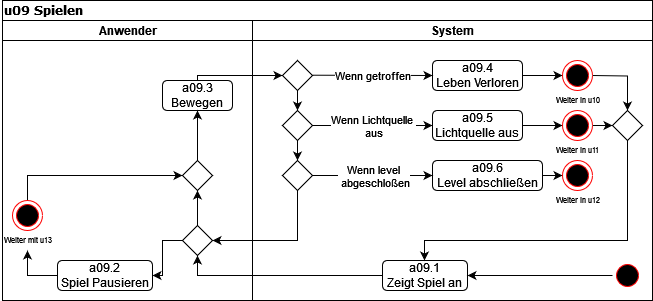
The draw.io diagram u09.drawio.png in Skill3rboy/OOS, before a commit. Source tidied: cells renumbered, new cells last; positions are measured from the earlier drawing's top-left corner, leaving out a move shared by most shapes.
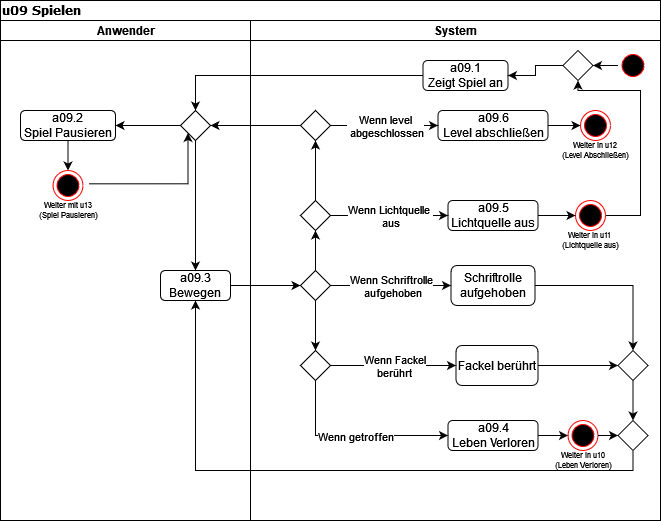
Above is the later version.

Change to the diagram source:
```diff
@@ -3,170 +3,191 @@
     <mxCell id="0" />
     <mxCell id="1" parent="0" />
     <mxCell id="2" value="u09 Spielen" style="swimlane;html=1;startSize=20;rounded=0;shadow=0;comic=0;labelBackgroundColor=none;strokeWidth=1;fontFamily=Verdana;fontSize=12;align=left;" parent="1" vertex="1">
-      <mxGeometry x="2" width="650" height="300" as="geometry" />
+      <mxGeometry x="2" width="660" height="520" as="geometry" />
     </mxCell>
     <mxCell id="3" value="Anwender" style="swimlane;html=1;startSize=20;" parent="2" vertex="1">
-      <mxGeometry y="20" width="250" height="280" as="geometry" />
+      <mxGeometry y="20" width="250" height="500" as="geometry" />
     </mxCell>
     <mxCell id="4" value="a09.3&lt;div&gt;Bewegen&lt;/div&gt;" style="rounded=1;whiteSpace=wrap;html=1;" parent="3" vertex="1">
-      <mxGeometry x="160" y="60" width="70" height="30" as="geometry" />
+      <mxGeometry x="160" y="250" width="70" height="30" as="geometry" />
     </mxCell>
-    <mxCell id="5" style="edgeStyle=orthogonalEdgeStyle;rounded=0;jettySize=auto;html=1;exitX=0.5;exitY=0;exitDx=0;exitDy=0;entryX=0.5;entryY=1;entryDx=0;entryDy=0;" parent="3" edge="1" source="7" target="13">
-      <mxGeometry relative="1" as="geometry" />
-    </mxCell>
-    <mxCell id="6" style="edgeStyle=orthogonalEdgeStyle;rounded=0;jettySize=auto;html=1;exitX=0;exitY=0.5;exitDx=0;exitDy=0;entryX=1;entryY=0.5;entryDx=0;entryDy=0;" parent="3" edge="1" source="7" target="8">
-      <mxGeometry relative="1" as="geometry" />
-    </mxCell>
-    <mxCell id="7" style="rhombus;whiteSpace=wrap;html=1;rotation=0;" parent="3" vertex="1">
-      <mxGeometry x="180" y="205" width="30" height="30" as="geometry" />
-    </mxCell>
+    <mxCell id="49" style="edgeStyle=orthogonalEdgeStyle;rounded=0;jettySize=auto;html=1;exitX=0.5;exitY=1;exitDx=0;exitDy=0;entryX=0.5;entryY=0;entryDx=0;entryDy=0;" parent="3" edge="1" source="8" target="14">
+      <mxGeometry relative="1" as="geometry" />
+    </mxCell>
     <mxCell id="8" value="&lt;div&gt;a09.2&lt;/div&gt;&lt;div&gt;Spiel Pausieren&lt;/div&gt;" style="rounded=1;whiteSpace=wrap;html=1;" parent="3" vertex="1">
-      <mxGeometry x="55" y="240" width="95" height="30" as="geometry" />
+      <mxGeometry x="20" y="90" width="95" height="30" as="geometry" />
     </mxCell>
-    <mxCell id="9" style="edgeStyle=orthogonalEdgeStyle;rounded=0;jettySize=auto;html=1;exitX=0.5;exitY=0;exitDx=0;exitDy=0;entryX=0;entryY=0.5;entryDx=0;entryDy=0;" parent="3" edge="1" source="14" target="13">
-      <mxGeometry relative="1" as="geometry" />
-    </mxCell>
-    <mxCell id="10" style="endArrow=classic;html=1;rounded=0;exitX=0;exitY=0.5;exitDx=0;exitDy=0;" parent="3" edge="1" source="8" target="11">
-      <mxGeometry relative="1" as="geometry">
-        <Array as="points">
-          <mxPoint x="25" y="255" />
-        </Array>
-      </mxGeometry>
-    </mxCell>
-    <mxCell id="11" value="Weiter mit u13" style="text;html=1;strokeColor=none;fillColor=none;align=center;verticalAlign=middle;whiteSpace=wrap;rounded=0;fontSize=8;" parent="3" vertex="1">
-      <mxGeometry x="-2.5" y="210" width="55" height="20" as="geometry" />
+    <mxCell id="11" value="Weiter mit u13&lt;br&gt;(Spiel Pausieren)" style="text;html=1;strokeColor=none;fillColor=none;align=center;verticalAlign=middle;whiteSpace=wrap;rounded=0;fontSize=8;" parent="3" vertex="1">
+      <mxGeometry x="27.5" y="180" width="80" height="20" as="geometry" />
     </mxCell>
-    <mxCell id="12" style="edgeStyle=orthogonalEdgeStyle;rounded=0;jettySize=auto;html=1;exitX=0.5;exitY=0;exitDx=0;exitDy=0;entryX=0.5;entryY=1;entryDx=0;entryDy=0;" parent="3" edge="1" source="13" target="4">
-      <mxGeometry relative="1" as="geometry" />
-    </mxCell>
-    <mxCell id="13" style="rhombus;whiteSpace=wrap;html=1;rotation=0;" parent="3" vertex="1">
-      <mxGeometry x="180" y="140" width="30" height="30" as="geometry" />
-    </mxCell>
     <mxCell id="14" style="ellipse;html=1;shape=endState;fillColor=#000000;strokeColor=#ff0000;" parent="3" vertex="1">
-      <mxGeometry x="10" y="180" width="30" height="30" as="geometry" />
+      <mxGeometry x="52.5" y="150" width="30" height="30" as="geometry" />
     </mxCell>
-    <mxCell id="15" style="endArrow=classic;html=1;rounded=0;exitX=0.5;exitY=0;exitDx=0;exitDy=0;entryX=0;entryY=0.5;entryDx=0;entryDy=0;" parent="2" edge="1" source="4" target="23">
-      <mxGeometry relative="1" as="geometry">
-        <Array as="points">
-          <mxPoint x="195" y="75" />
-        </Array>
-      </mxGeometry>
-    </mxCell>
-    <mxCell id="16" style="edgeStyle=orthogonalEdgeStyle;rounded=0;jettySize=auto;html=1;exitX=0;exitY=0.5;exitDx=0;exitDy=0;entryX=0.5;entryY=1;entryDx=0;entryDy=0;" parent="2" edge="1" source="19" target="7">
-      <mxGeometry relative="1" as="geometry" />
-    </mxCell>
+    <mxCell id="50" style="edgeStyle=orthogonalEdgeStyle;rounded=0;jettySize=auto;html=1;exitX=0;exitY=0.5;exitDx=0;exitDy=0;entryX=1;entryY=0.5;entryDx=0;entryDy=0;" parent="3" edge="1" source="32" target="8">
+      <mxGeometry relative="1" as="geometry" />
+    </mxCell>
+    <mxCell id="51" style="edgeStyle=orthogonalEdgeStyle;rounded=0;jettySize=auto;html=1;exitX=0.5;exitY=1;exitDx=0;exitDy=0;entryX=0.5;entryY=0;entryDx=0;entryDy=0;" parent="3" edge="1" source="32" target="4">
+      <mxGeometry relative="1" as="geometry" />
+    </mxCell>
+    <mxCell id="32" style="rhombus;whiteSpace=wrap;html=1;" parent="3" vertex="1">
+      <mxGeometry x="180" y="90" width="30" height="30" as="geometry" />
+    </mxCell>
+    <mxCell id="52" style="edgeStyle=orthogonalEdgeStyle;rounded=0;jettySize=auto;html=1;exitX=1.194;exitY=0.444;exitDx=0;exitDy=0;entryX=0;entryY=1;entryDx=0;entryDy=0;exitPerimeter=0;" parent="3" edge="1" source="14" target="32">
+      <mxGeometry relative="1" as="geometry" />
+    </mxCell>
     <mxCell id="17" value="System" style="swimlane;html=1;startSize=20;" parent="2" vertex="1">
-      <mxGeometry x="250" y="20" width="400" height="280" as="geometry" />
+      <mxGeometry x="250" y="20" width="410" height="500" as="geometry" />
     </mxCell>
+    <mxCell id="53" style="edgeStyle=orthogonalEdgeStyle;rounded=0;jettySize=auto;html=1;exitX=0;exitY=0.5;exitDx=0;exitDy=0;entryX=1;entryY=0.5;entryDx=0;entryDy=0;" parent="17" edge="1" source="18" target="44">
+      <mxGeometry relative="1" as="geometry" />
+    </mxCell>
     <mxCell id="18" style="ellipse;html=1;shape=startState;fillColor=#000000;strokeColor=#ff0000;" parent="17" vertex="1">
-      <mxGeometry x="360" y="240" width="30" height="30" as="geometry" />
+      <mxGeometry x="367.5" y="30" width="30" height="30" as="geometry" />
     </mxCell>
     <mxCell id="19" value="&lt;div&gt;a09.1&lt;/div&gt;&lt;div&gt;Zeigt Spiel an&lt;/div&gt;" style="rounded=1;whiteSpace=wrap;html=1;" parent="17" vertex="1">
-      <mxGeometry x="130" y="240" width="85" height="30" as="geometry" />
+      <mxGeometry x="172.5" y="40" width="85" height="30" as="geometry" />
     </mxCell>
-    <mxCell id="20" style="endArrow=classic;html=1;rounded=0;entryX=1;entryY=0.5;entryDx=0;entryDy=0;" parent="17" edge="1" source="18" target="19">
-      <mxGeometry relative="1" as="geometry" />
-    </mxCell>
-    <mxCell id="21" style="edgeStyle=orthogonalEdgeStyle;rounded=0;jettySize=auto;html=1;exitX=1;exitY=0.5;exitDx=0;exitDy=0;entryX=0;entryY=0.5;entryDx=0;entryDy=0;" parent="17" edge="1" source="22">
-      <mxGeometry relative="1" as="geometry">
-        <mxPoint x="310" y="55" as="targetPoint" />
-      </mxGeometry>
-    </mxCell>
+    <mxCell id="54" style="edgeStyle=orthogonalEdgeStyle;rounded=0;jettySize=auto;html=1;exitX=1;exitY=0.5;exitDx=0;exitDy=0;entryX=0;entryY=0.5;entryDx=0;entryDy=0;" parent="17" edge="1" source="22" target="45">
+      <mxGeometry relative="1" as="geometry" />
+    </mxCell>
     <mxCell id="22" value="&lt;div&gt;a09.4&lt;/div&gt;&lt;div&gt;Leben Verloren&lt;/div&gt;" style="rounded=1;whiteSpace=wrap;html=1;" parent="17" vertex="1">
-      <mxGeometry x="180" y="40" width="90" height="30" as="geometry" />
+      <mxGeometry x="197.5" y="400" width="90" height="30" as="geometry" />
     </mxCell>
-    <mxCell id="23" style="rhombus;whiteSpace=wrap;html=1;" parent="17" vertex="1">
-      <mxGeometry x="30" y="40" width="30" height="30" as="geometry" />
-    </mxCell>
-    <mxCell id="24" style="endArrow=classic;html=1;rounded=0;entryX=0;entryY=0.5;entryDx=0;entryDy=0;" parent="17" edge="1" target="22">
-      <mxGeometry relative="1" as="geometry">
-        <mxPoint x="60" y="54.7" as="sourcePoint" />
-      </mxGeometry>
-    </mxCell>
-    <mxCell id="25" value="Wenn getroffen" style="edgeLabel;html=1;align=center;verticalAlign=middle;" parent="24" vertex="1">
-      <mxGeometry relative="1" as="geometry" />
-    </mxCell>
-    <mxCell id="26" style="edgeStyle=orthogonalEdgeStyle;rounded=0;jettySize=auto;html=1;exitX=0.5;exitY=1;exitDx=0;exitDy=0;entryX=0.5;entryY=0;entryDx=0;entryDy=0;" parent="17" edge="1" source="27" target="32">
-      <mxGeometry relative="1" as="geometry" />
-    </mxCell>
+    <mxCell id="55" style="edgeStyle=orthogonalEdgeStyle;rounded=0;jettySize=auto;html=1;exitX=0.5;exitY=0;exitDx=0;exitDy=0;entryX=0.5;entryY=1;entryDx=0;entryDy=0;" parent="17" edge="1" source="27" target="13">
+      <mxGeometry relative="1" as="geometry" />
+    </mxCell>
+    <mxCell id="56" style="edgeStyle=orthogonalEdgeStyle;rounded=0;jettySize=auto;html=1;exitX=0.5;exitY=1;exitDx=0;exitDy=0;entryX=0.5;entryY=0;entryDx=0;entryDy=0;" parent="17" edge="1" source="27" target="62">
+      <mxGeometry relative="1" as="geometry" />
+    </mxCell>
     <mxCell id="27" style="rhombus;whiteSpace=wrap;html=1;" parent="17" vertex="1">
-      <mxGeometry x="30" y="90" width="30" height="30" as="geometry" />
+      <mxGeometry x="50" y="250" width="30" height="30" as="geometry" />
     </mxCell>
-    <mxCell id="28" style="endArrow=classic;html=1;rounded=0;exitX=1;exitY=0.5;exitDx=0;exitDy=0;entryX=0;entryY=0.5;entryDx=0;entryDy=0;" parent="17" edge="1" source="27" target="31">
-      <mxGeometry relative="1" as="geometry" />
-    </mxCell>
-    <mxCell id="29" value="&lt;div&gt;Wenn Lichtquelle&amp;nbsp;&lt;/div&gt;&lt;div&gt;aus &lt;/div&gt;" style="edgeLabel;html=1;align=center;verticalAlign=middle;" parent="28" vertex="1">
-      <mxGeometry relative="1" as="geometry" />
-    </mxCell>
-    <mxCell id="30" style="edgeStyle=orthogonalEdgeStyle;rounded=0;jettySize=auto;html=1;exitX=1;exitY=0.5;exitDx=0;exitDy=0;entryX=0;entryY=0.5;entryDx=0;entryDy=0;" parent="17" edge="1" source="31">
-      <mxGeometry relative="1" as="geometry">
-        <mxPoint x="310" y="105" as="targetPoint" />
-      </mxGeometry>
-    </mxCell>
-    <mxCell id="31" value="&lt;div&gt;a09.5&lt;/div&gt;&lt;div&gt;Lichtquelle aus&lt;/div&gt;" style="rounded=1;whiteSpace=wrap;html=1;" parent="17" vertex="1">
-      <mxGeometry x="180" y="90" width="90" height="30" as="geometry" />
-    </mxCell>
-    <mxCell id="32" style="rhombus;whiteSpace=wrap;html=1;" parent="17" vertex="1">
-      <mxGeometry x="30" y="140" width="30" height="30" as="geometry" />
-    </mxCell>
-    <mxCell id="33" style="edgeStyle=orthogonalEdgeStyle;rounded=0;jettySize=auto;html=1;exitX=1;exitY=0.5;exitDx=0;exitDy=0;entryX=0;entryY=0.5;entryDx=0;entryDy=0;" parent="17" edge="1" source="34">
-      <mxGeometry relative="1" as="geometry">
-        <mxPoint x="310" y="155" as="targetPoint" />
-      </mxGeometry>
-    </mxCell>
+    <mxCell id="57" style="edgeStyle=orthogonalEdgeStyle;rounded=0;jettySize=auto;html=1;exitX=1;exitY=0.5;exitDx=0;exitDy=0;entryX=0;entryY=0.5;entryDx=0;entryDy=0;" parent="17" edge="1" source="34" target="46">
+      <mxGeometry relative="1" as="geometry" />
+    </mxCell>
     <mxCell id="34" value="&lt;div&gt;a09.6&lt;/div&gt;&lt;div&gt;Level abschließen&lt;/div&gt;" style="rounded=1;whiteSpace=wrap;html=1;" parent="17" vertex="1">
-      <mxGeometry x="180" y="140" width="110" height="30" as="geometry" />
+      <mxGeometry x="187.5" y="90" width="110" height="30" as="geometry" />
     </mxCell>
-    <mxCell id="35" style="endArrow=classic;html=1;rounded=0;exitX=1;exitY=0.5;exitDx=0;exitDy=0;entryX=0;entryY=0.5;entryDx=0;entryDy=0;" parent="17" edge="1" source="32" target="34">
-      <mxGeometry relative="1" as="geometry" />
-    </mxCell>
-    <mxCell id="36" value="&lt;div&gt;Wenn level&lt;/div&gt;&lt;div&gt;&amp;nbsp;abgeschloßen&lt;/div&gt;" style="edgeLabel;html=1;align=center;verticalAlign=middle;" parent="35" vertex="1">
-      <mxGeometry relative="1" as="geometry" />
-    </mxCell>
-    <mxCell id="37" style="endArrow=classic;html=1;rounded=0;exitX=0.5;exitY=1;exitDx=0;exitDy=0;entryX=0.5;entryY=0;entryDx=0;entryDy=0;" parent="17" edge="1" source="23" target="27">
-      <mxGeometry relative="1" as="geometry" />
-    </mxCell>
-    <mxCell id="38" style="edgeStyle=orthogonalEdgeStyle;rounded=0;jettySize=auto;html=1;exitX=1;exitY=0.5;exitDx=0;exitDy=0;entryX=0.5;entryY=0;entryDx=0;entryDy=0;" parent="17" edge="1" target="44">
-      <mxGeometry relative="1" as="geometry">
-        <mxPoint x="340" y="55" as="sourcePoint" />
-      </mxGeometry>
-    </mxCell>
-    <mxCell id="39" style="edgeStyle=orthogonalEdgeStyle;rounded=0;jettySize=auto;html=1;exitX=1;exitY=0.5;exitDx=0;exitDy=0;entryX=0;entryY=0.5;entryDx=0;entryDy=0;" parent="17" edge="1" target="44">
-      <mxGeometry relative="1" as="geometry">
-        <mxPoint x="340" y="105" as="sourcePoint" />
-      </mxGeometry>
-    </mxCell>
-    <mxCell id="40" value="Weiter in u10" style="text;html=1;strokeColor=none;fillColor=none;align=center;verticalAlign=middle;whiteSpace=wrap;rounded=0;fontSize=8;" parent="17" vertex="1">
-      <mxGeometry x="297.5" y="70" width="55" height="20" as="geometry" />
+    <mxCell id="40" value="Weiter in u10&lt;br&gt;(Leben Verloren)" style="text;html=1;strokeColor=none;fillColor=none;align=center;verticalAlign=middle;whiteSpace=wrap;rounded=0;fontSize=8;" parent="17" vertex="1">
+      <mxGeometry x="302.5" y="430" width="60" height="20" as="geometry" />
     </mxCell>
-    <mxCell id="41" value="Weiter in u11" style="text;html=1;strokeColor=none;fillColor=none;align=center;verticalAlign=middle;whiteSpace=wrap;rounded=0;fontSize=8;" parent="17" vertex="1">
-      <mxGeometry x="297.5" y="120" width="55" height="20" as="geometry" />
+    <mxCell id="41" value="Weiter in u11&lt;br&gt;(Lichtquelle aus)" style="text;html=1;strokeColor=none;fillColor=none;align=center;verticalAlign=middle;whiteSpace=wrap;rounded=0;fontSize=8;" parent="17" vertex="1">
+      <mxGeometry x="306.2" y="210" width="67.5" height="20" as="geometry" />
     </mxCell>
-    <mxCell id="42" value="Weiter in u12" style="text;html=1;strokeColor=none;fillColor=none;align=center;verticalAlign=middle;whiteSpace=wrap;rounded=0;fontSize=8;" parent="17" vertex="1">
-      <mxGeometry x="297.5" y="170" width="55" height="20" as="geometry" />
+    <mxCell id="42" value="Weiter in u12&lt;br&gt;(Level Abschließen)" style="text;html=1;strokeColor=none;fillColor=none;align=center;verticalAlign=middle;whiteSpace=wrap;rounded=0;fontSize=8;" parent="17" vertex="1">
+      <mxGeometry x="308.8" y="120" width="72.5" height="20" as="geometry" />
     </mxCell>
-    <mxCell id="43" style="edgeStyle=orthogonalEdgeStyle;rounded=0;jettySize=auto;html=1;exitX=0.5;exitY=1;exitDx=0;exitDy=0;" parent="17" edge="1" source="44" target="19">
-      <mxGeometry relative="1" as="geometry">
-        <Array as="points">
-          <mxPoint x="375" y="220" />
-          <mxPoint x="172" y="220" />
-        </Array>
-      </mxGeometry>
+    <mxCell id="43" style="edgeStyle=orthogonalEdgeStyle;rounded=0;jettySize=auto;html=1;exitX=0;exitY=0.5;exitDx=0;exitDy=0;entryX=1;entryY=0.5;entryDx=0;entryDy=0;" parent="17" edge="1" source="44" target="19">
+      <mxGeometry relative="1" as="geometry" />
     </mxCell>
     <mxCell id="44" style="rhombus;whiteSpace=wrap;html=1;rotation=0;" parent="17" vertex="1">
-      <mxGeometry x="360" y="90" width="30" height="30" as="geometry" />
+      <mxGeometry x="312.5" y="30" width="30" height="30" as="geometry" />
     </mxCell>
+    <mxCell id="58" style="edgeStyle=orthogonalEdgeStyle;rounded=0;jettySize=auto;html=1;exitX=1;exitY=0.5;exitDx=0;exitDy=0;entryX=0;entryY=0.5;entryDx=0;entryDy=0;" parent="17" edge="1" source="45" target="72">
+      <mxGeometry relative="1" as="geometry" />
+    </mxCell>
     <mxCell id="45" style="ellipse;html=1;shape=endState;fillColor=#000000;strokeColor=#ff0000;" parent="17" vertex="1">
-      <mxGeometry x="310" y="140" width="30" height="30" as="geometry" />
+      <mxGeometry x="317.5" y="400" width="30" height="30" as="geometry" />
     </mxCell>
     <mxCell id="46" style="ellipse;html=1;shape=endState;fillColor=#000000;strokeColor=#ff0000;" parent="17" vertex="1">
-      <mxGeometry x="310" y="90" width="30" height="30" as="geometry" />
+      <mxGeometry x="330" y="90" width="30" height="30" as="geometry" />
     </mxCell>
+    <mxCell id="59" style="edgeStyle=orthogonalEdgeStyle;rounded=0;jettySize=auto;html=1;exitX=1;exitY=0.5;exitDx=0;exitDy=0;entryX=0.5;entryY=1;entryDx=0;entryDy=0;" parent="17" edge="1" source="47" target="44">
+      <mxGeometry relative="1" as="geometry">
+        <Array as="points">
+          <mxPoint x="390" y="195" />
+          <mxPoint x="390" y="70" />
+          <mxPoint x="327" y="70" />
+        </Array>
+      </mxGeometry>
+    </mxCell>
     <mxCell id="47" style="ellipse;html=1;shape=endState;fillColor=#000000;strokeColor=#ff0000;" parent="17" vertex="1">
-      <mxGeometry x="310" y="40" width="30" height="30" as="geometry" />
+      <mxGeometry x="325" y="180" width="30" height="30" as="geometry" />
     </mxCell>
-    <mxCell id="48" style="edgeStyle=orthogonalEdgeStyle;rounded=0;jettySize=auto;html=1;exitX=0.5;exitY=1;exitDx=0;exitDy=0;entryX=1;entryY=0.5;entryDx=0;entryDy=0;" parent="2" edge="1" source="32" target="7">
-      <mxGeometry relative="1" as="geometry" />
-    </mxCell>
+    <mxCell id="60" style="edgeStyle=orthogonalEdgeStyle;rounded=0;jettySize=auto;html=1;exitX=1;exitY=0.5;exitDx=0;exitDy=0;entryX=0;entryY=0.5;entryDx=0;entryDy=0;" parent="17" edge="1" source="31" target="47">
+      <mxGeometry relative="1" as="geometry" />
+    </mxCell>
+    <mxCell id="31" value="&lt;div&gt;a09.5&lt;/div&gt;&lt;div&gt;Lichtquelle aus&lt;/div&gt;" style="rounded=1;whiteSpace=wrap;html=1;" parent="17" vertex="1">
+      <mxGeometry x="197.5" y="180" width="90" height="30" as="geometry" />
+    </mxCell>
+    <mxCell id="61" style="edgeStyle=orthogonalEdgeStyle;rounded=0;jettySize=auto;html=1;exitX=0.5;exitY=0;exitDx=0;exitDy=0;entryX=0.5;entryY=1;entryDx=0;entryDy=0;" parent="17" edge="1" source="13" target="7">
+      <mxGeometry relative="1" as="geometry" />
+    </mxCell>
+    <mxCell id="13" style="rhombus;whiteSpace=wrap;html=1;rotation=0;" parent="17" vertex="1">
+      <mxGeometry x="50" y="180" width="30" height="30" as="geometry" />
+    </mxCell>
+    <mxCell id="7" style="rhombus;whiteSpace=wrap;html=1;rotation=0;" parent="17" vertex="1">
+      <mxGeometry x="50" y="90" width="30" height="30" as="geometry" />
+    </mxCell>
+    <mxCell id="35" style="endArrow=classic;html=1;rounded=0;entryX=0;entryY=0.5;entryDx=0;entryDy=0;exitX=1;exitY=0.5;exitDx=0;exitDy=0;" parent="17" edge="1" source="7" target="34">
+      <mxGeometry relative="1" as="geometry" />
+    </mxCell>
+    <mxCell id="36" value="&lt;div&gt;Wenn level&lt;/div&gt;&lt;div&gt;&amp;nbsp;abgeschlossen&lt;/div&gt;" style="edgeLabel;html=1;align=center;verticalAlign=middle;" parent="35" vertex="1">
+      <mxGeometry relative="1" as="geometry" />
+    </mxCell>
+    <mxCell id="28" style="endArrow=classic;html=1;rounded=0;exitX=1;exitY=0.5;exitDx=0;exitDy=0;entryX=0;entryY=0.5;entryDx=0;entryDy=0;" parent="17" edge="1" source="13" target="31">
+      <mxGeometry relative="1" as="geometry" />
+    </mxCell>
+    <mxCell id="29" value="&lt;div&gt;Wenn Lichtquelle&amp;nbsp;&lt;/div&gt;&lt;div&gt;aus &lt;/div&gt;" style="edgeLabel;html=1;align=center;verticalAlign=middle;" parent="28" vertex="1">
+      <mxGeometry relative="1" as="geometry" />
+    </mxCell>
+    <mxCell id="62" style="rhombus;whiteSpace=wrap;html=1;" parent="17" vertex="1">
+      <mxGeometry x="50" y="330" width="30" height="30" as="geometry" />
+    </mxCell>
+    <mxCell id="63" style="edgeStyle=orthogonalEdgeStyle;rounded=0;jettySize=auto;html=1;exitX=1;exitY=0.5;exitDx=0;exitDy=0;entryX=0.5;entryY=0;entryDx=0;entryDy=0;" parent="17" edge="1" source="64" target="74">
+      <mxGeometry relative="1" as="geometry" />
+    </mxCell>
+    <mxCell id="64" value="Schriftrolle aufgehoben" style="rounded=1;whiteSpace=wrap;html=1;" parent="17" vertex="1">
+      <mxGeometry x="200.5" y="245" width="84" height="40" as="geometry" />
+    </mxCell>
+    <mxCell id="65" style="edgeStyle=orthogonalEdgeStyle;rounded=0;jettySize=auto;html=1;exitX=1;exitY=0.5;exitDx=0;exitDy=0;entryX=0;entryY=0.5;entryDx=0;entryDy=0;" parent="17" edge="1" source="66" target="74">
+      <mxGeometry relative="1" as="geometry" />
+    </mxCell>
+    <mxCell id="66" value="Fackel berührt" style="rounded=1;whiteSpace=wrap;html=1;" parent="17" vertex="1">
+      <mxGeometry x="205.5" y="325" width="82" height="40" as="geometry" />
+    </mxCell>
+    <mxCell id="67" style="endArrow=classic;html=1;rounded=0;exitX=1;exitY=0.5;exitDx=0;exitDy=0;entryX=0;entryY=0.5;entryDx=0;entryDy=0;" parent="17" edge="1" source="27" target="64">
+      <mxGeometry relative="1" as="geometry" />
+    </mxCell>
+    <mxCell id="68" value="&lt;div&gt;Wenn Schriftrolle&lt;/div&gt;&lt;div&gt;&amp;nbsp;aufgehoben&lt;/div&gt;" style="edgeLabel;html=1;align=center;verticalAlign=middle;" parent="67" vertex="1">
+      <mxGeometry relative="1" as="geometry" />
+    </mxCell>
+    <mxCell id="69" style="endArrow=classic;html=1;rounded=0;exitX=1;exitY=0.5;exitDx=0;exitDy=0;entryX=0;entryY=0.5;entryDx=0;entryDy=0;" parent="17" edge="1" source="62" target="66">
+      <mxGeometry relative="1" as="geometry" />
+    </mxCell>
+    <mxCell id="70" value="Wenn Fackel &lt;br&gt;&lt;div&gt;berührt&lt;/div&gt;" style="edgeLabel;html=1;align=center;verticalAlign=middle;" parent="69" vertex="1">
+      <mxGeometry relative="1" as="geometry" />
+    </mxCell>
+    <mxCell id="71" style="endArrow=classic;html=1;rounded=0;exitX=0.5;exitY=1;exitDx=0;exitDy=0;entryX=0;entryY=0.5;entryDx=0;entryDy=0;" parent="17" edge="1" source="62" target="22">
+      <mxGeometry relative="1" as="geometry">
+        <Array as="points">
+          <mxPoint x="65" y="415" />
+        </Array>
+      </mxGeometry>
+    </mxCell>
+    <mxCell id="25" value="Wenn getroffen" style="edgeLabel;html=1;align=center;verticalAlign=middle;" parent="71" vertex="1">
+      <mxGeometry relative="1" as="geometry" />
+    </mxCell>
+    <mxCell id="72" style="rhombus;whiteSpace=wrap;html=1;" parent="17" vertex="1">
+      <mxGeometry x="367.5" y="400" width="30" height="30" as="geometry" />
+    </mxCell>
+    <mxCell id="73" style="edgeStyle=orthogonalEdgeStyle;rounded=0;jettySize=auto;html=1;exitX=0.5;exitY=1;exitDx=0;exitDy=0;entryX=0.5;entryY=0;entryDx=0;entryDy=0;" parent="17" edge="1" source="74" target="72">
+      <mxGeometry relative="1" as="geometry" />
+    </mxCell>
+    <mxCell id="74" style="rhombus;whiteSpace=wrap;html=1;" parent="17" vertex="1">
+      <mxGeometry x="367.5" y="330" width="30" height="30" as="geometry" />
+    </mxCell>
+    <mxCell id="75" style="edgeStyle=orthogonalEdgeStyle;rounded=0;jettySize=auto;html=1;exitX=0;exitY=0.5;exitDx=0;exitDy=0;entryX=0.5;entryY=0;entryDx=0;entryDy=0;" parent="2" edge="1" source="19" target="32">
+      <mxGeometry relative="1" as="geometry" />
+    </mxCell>
+    <mxCell id="76" style="edgeStyle=orthogonalEdgeStyle;rounded=0;jettySize=auto;html=1;exitX=1;exitY=0.5;exitDx=0;exitDy=0;entryX=0;entryY=0.5;entryDx=0;entryDy=0;" parent="2" edge="1" source="4" target="27">
+      <mxGeometry relative="1" as="geometry" />
+    </mxCell>
+    <mxCell id="77" style="edgeStyle=orthogonalEdgeStyle;rounded=0;jettySize=auto;html=1;exitX=0;exitY=0.5;exitDx=0;exitDy=0;entryX=1;entryY=0.5;entryDx=0;entryDy=0;" parent="2" edge="1" source="7" target="32">
+      <mxGeometry relative="1" as="geometry" />
+    </mxCell>
+    <mxCell id="78" style="edgeStyle=orthogonalEdgeStyle;rounded=0;jettySize=auto;html=1;exitX=0.5;exitY=1;exitDx=0;exitDy=0;entryX=0.5;entryY=1;entryDx=0;entryDy=0;" parent="2" edge="1" source="72" target="4">
+      <mxGeometry relative="1" as="geometry" />
+    </mxCell>
   </root>
 </mxGraphModel>
```
